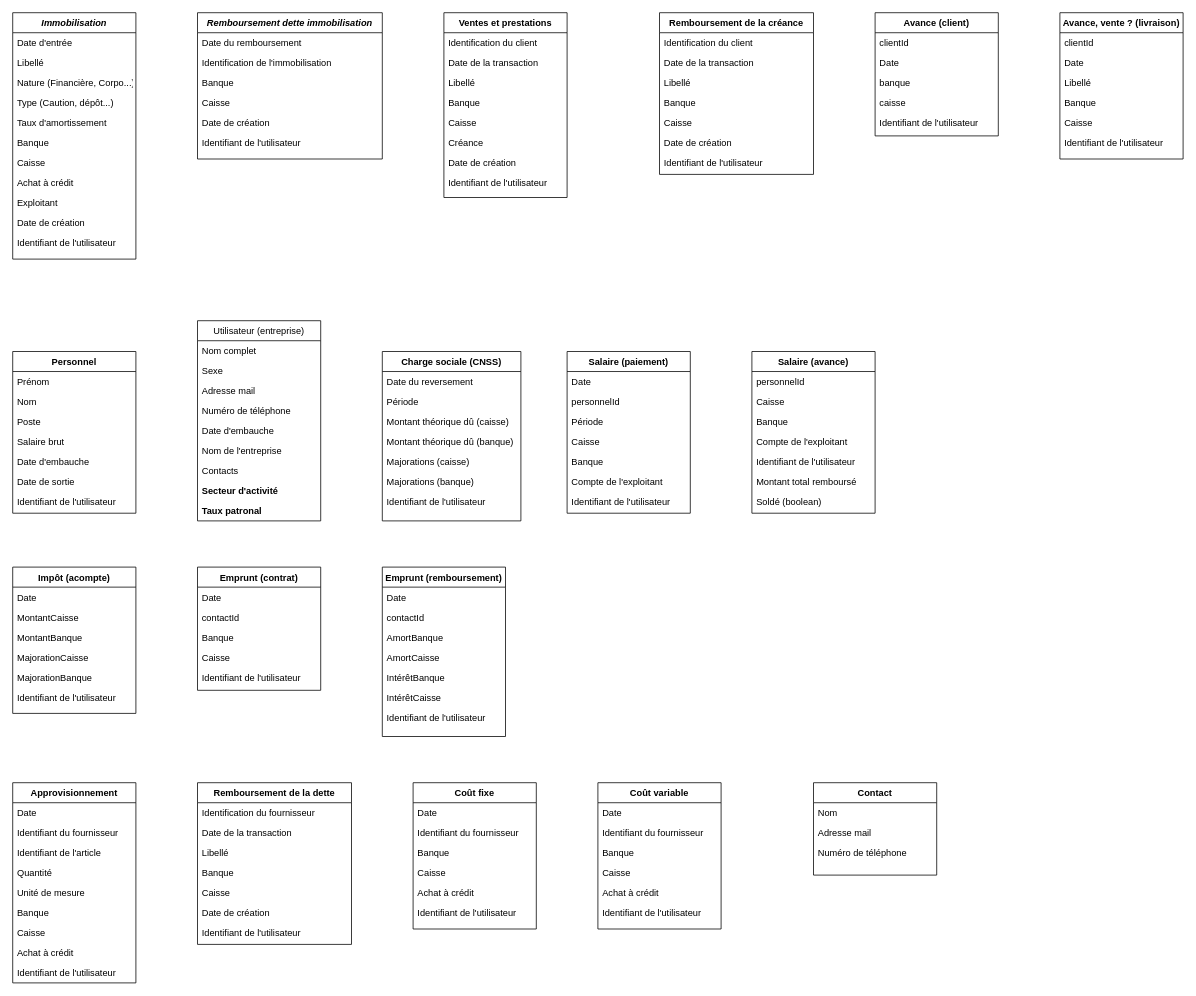
This is Mon Coach.drawio from arso1er/dashboard-draw-maison-rouge, a draw.io file, before an edit. Source tidied: cells renumbered, new cells numbered last; positions are measured from the earlier drawing's top-left corner, leaving out a move shared by most shapes. Both pictures are drawn from the tidied source at 77%, with x=0, y=0 at pixel (12, 12).
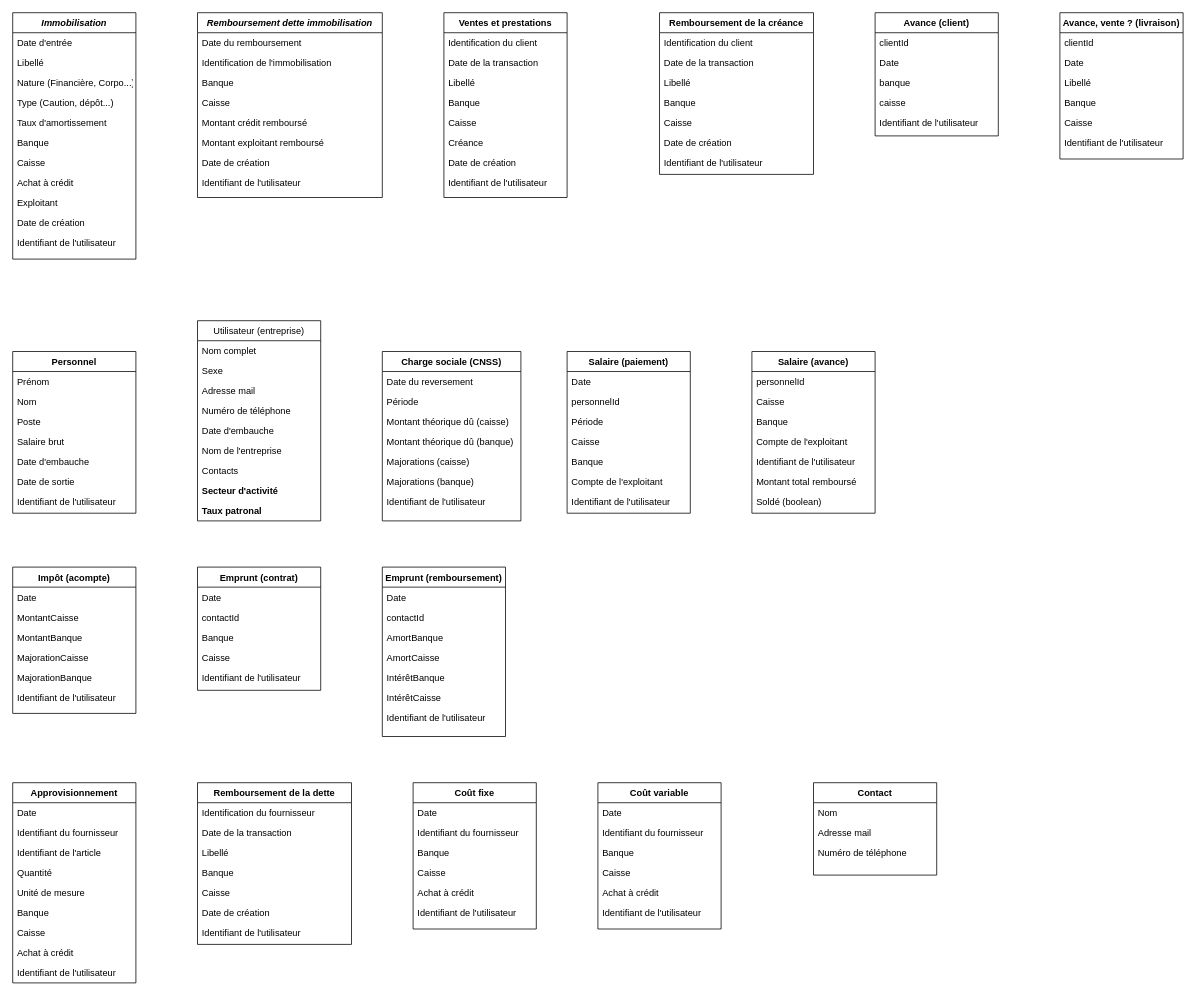
The same page after the edit.

Commit message:
Ajout champs remb immo : Mettre à jour Mon Coach.drawio

What changed in the source:
```diff
@@
     <mxCell id="107" value="Remboursement dette immobilisation" style="swimlane;fontStyle=3;align=center;verticalAlign=top;horizontal=1;startSize=26;rounded=0;shadow=0;strokeWidth=1;" parent="1" vertex="1">
-      <mxGeometry x="240" width="240" height="190" as="geometry" />
+      <mxGeometry x="240" width="240" height="240" as="geometry" />
     </mxCell>
@@
+    <mxCell id="150" value="Montant crédit remboursé" style="text;align=left;verticalAlign=top;spacingLeft=4;spacingRight=4;overflow=hidden;rounded=0;shadow=0;html=0;" parent="107" vertex="1">
+      <mxGeometry y="130" width="240" height="26" as="geometry" />
+    </mxCell>
+    <mxCell id="151" value="Montant exploitant remboursé" style="text;align=left;verticalAlign=top;spacingLeft=4;spacingRight=4;overflow=hidden;rounded=0;shadow=0;html=0;" parent="107" vertex="1">
+      <mxGeometry y="156" width="240" height="26" as="geometry" />
+    </mxCell>
     <mxCell id="112" value="Date de création" style="text;align=left;verticalAlign=top;spacingLeft=4;spacingRight=4;overflow=hidden;rounded=0;shadow=0;html=0;" parent="107" vertex="1">
-      <mxGeometry y="130" width="240" height="26" as="geometry" />
+      <mxGeometry y="182" width="240" height="26" as="geometry" />
     </mxCell>
     <mxCell id="113" value="Identifiant de l'utilisateur" style="text;align=left;verticalAlign=top;spacingLeft=4;spacingRight=4;overflow=hidden;rounded=0;shadow=0;html=0;" parent="107" vertex="1">
-      <mxGeometry y="156" width="240" height="26" as="geometry" />
+      <mxGeometry y="208" width="240" height="26" as="geometry" />
     </mxCell>
```
